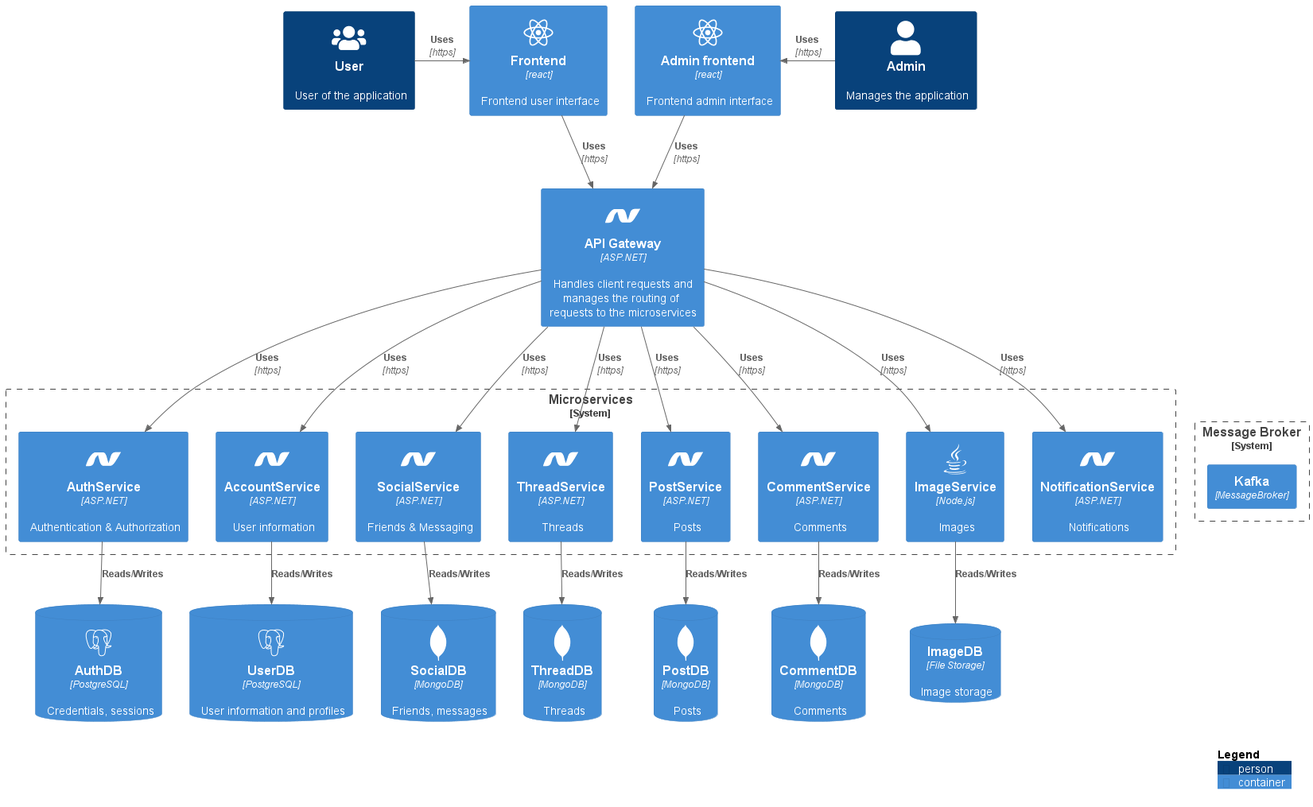
Earlier version of the PlantUML export Architecture/Architecture_C2.png (KevinvdHoogenhof/ForumApp-Main).
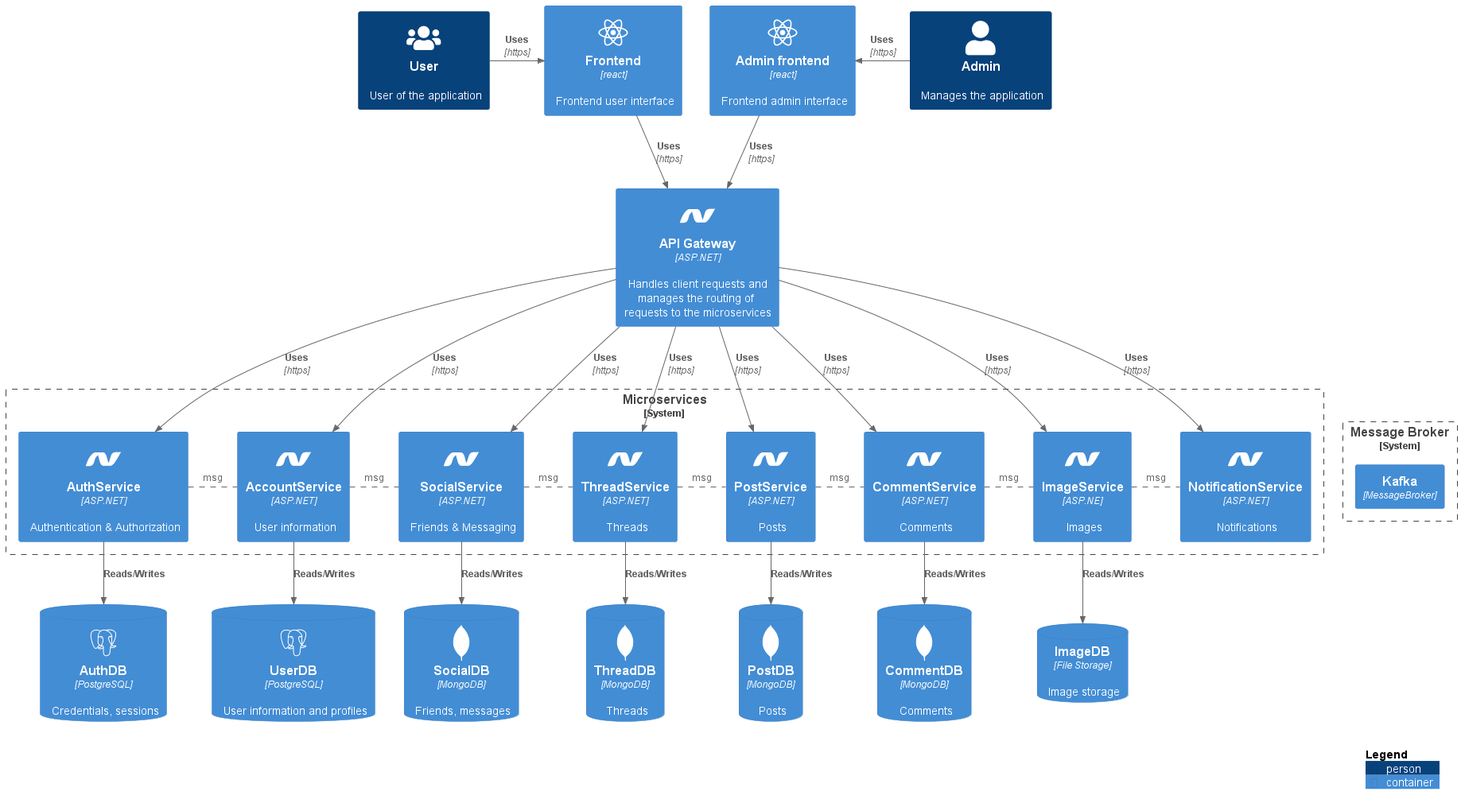
The same diagram one commit later.

The edit, as a diff of the source:
```diff
@@ -4,7 +4,6 @@
 !define DEVICONS https://raw.githubusercontent.com/tupadr3/plantuml-icon-font-sprites/master/devicons
 !define FONTAWESOME https://raw.githubusercontent.com/tupadr3/plantuml-icon-font-sprites/master/font-awesome-5
 !include DEVICONS/react.puml
-!include DEVICONS/java.puml
 !include DEVICONS/dotnet.puml
 !include DEVICONS/postgresql.puml
 !include DEVICONS/mongodb.puml
@@ -26,7 +25,7 @@
 Container(postservice, "PostService", "ASP.NET", "Posts", $sprite="dotnet")
 Container(commentservice, "CommentService", "ASP.NET", "Comments", $sprite="dotnet")
 Container(notificationservice, "NotificationService", "ASP.NET", "Notifications", $sprite="dotnet")
-Container(imageservice, "ImageService", "Node.js", "Images", $sprite="java")
+Container(imageservice, "ImageService", "ASP.NE", "Images", $sprite="dotnet")
 }
 
 ContainerDb(authdb, "AuthDB", "PostgreSQL", "Credentials, sessions", $sprite="postgresql")
@@ -60,12 +59,14 @@
 Rel(api, imageservice, "Uses", "https")
 Rel(api, notificationservice, "Uses", "https")
 
-authservice -[hidden]> accservice
-accservice -[hidden]> socialservice
-socialservice -[hidden]> threadservice
-threadservice -[hidden]> postservice
-postservice -[hidden]> commentservice
-commentservice -[hidden]> imageservice
+authservice . accservice : msg
+accservice . socialservice : msg
+socialservice . threadservice : msg
+threadservice . postservice : msg
+postservice . commentservice : msg
+commentservice . imageservice : msg
+imageservice . notificationservice : msg
+
 imageservice -[hidden]> mq
 
 Rel(authservice, authdb, "Reads/Writes")
```
